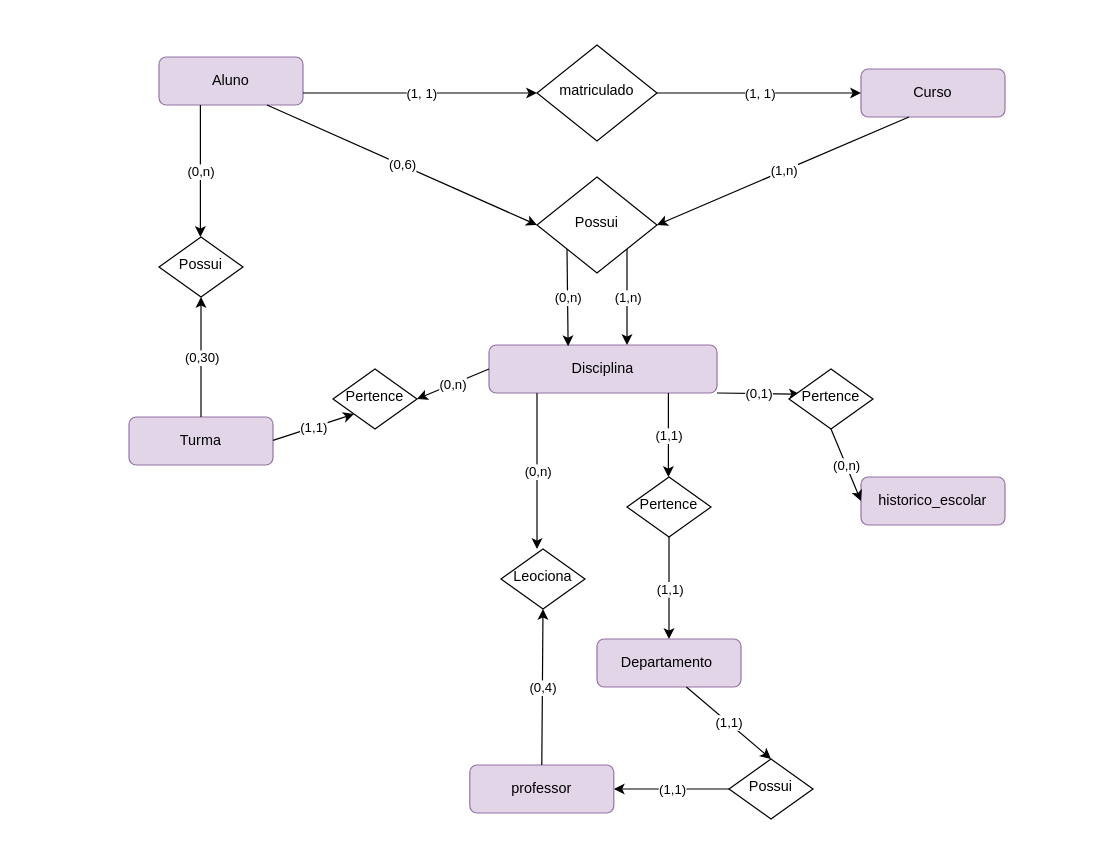
Before: DIAGRAMAFACU.drawio in Laraewellen/Banco-de-dados-teste, a draw.io diagram. Source tidied: cells renumbered, new cells numbered last; positions are measured from the earlier drawing's top-left corner, leaving out a move shared by most shapes. Both pictures are drawn from the tidied source at 120%, with x=0, y=0 at pixel (128, 44).
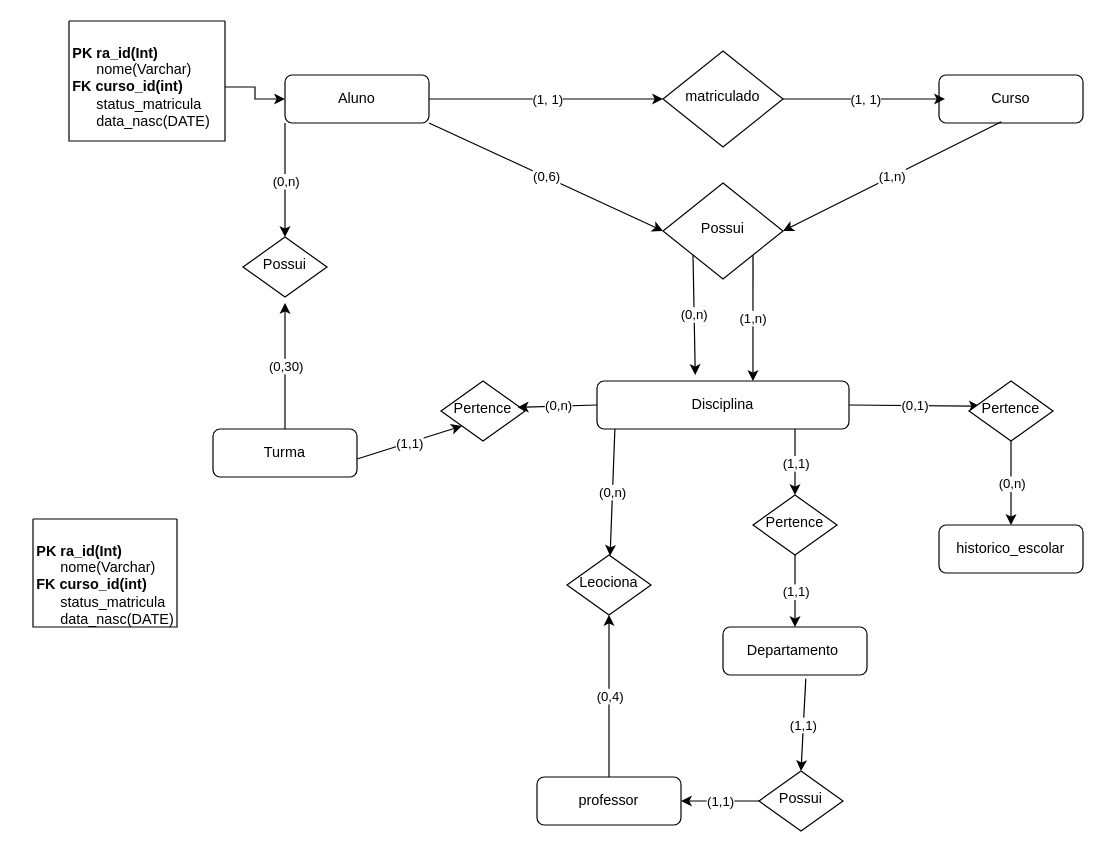
After the change.

What changed in the source:
```diff
@@
-    <mxCell id="2" value="Aluno" style="rounded=1;whiteSpace=wrap;html=1;fontSize=12;glass=0;strokeWidth=1;shadow=0;fillColor=#e1d5e7;strokeColor=#9673a6;" parent="1" vertex="1">
-      <mxGeometry x="25" y="10" width="120" height="40" as="geometry" />
+    <mxCell id="2" value="Aluno" style="rounded=1;whiteSpace=wrap;html=1;fontSize=12;glass=0;strokeWidth=1;shadow=0;" parent="1" vertex="1">
+      <mxGeometry x="130" y="25" width="120" height="40" as="geometry" />
     </mxCell>
     <mxCell id="3" value="matriculado" style="rhombus;whiteSpace=wrap;html=1;shadow=0;fontFamily=Helvetica;fontSize=12;align=center;strokeWidth=1;spacing=6;spacingTop=-4;" parent="1" vertex="1">
-      <mxGeometry x="340" width="100" height="80" as="geometry" />
+      <mxGeometry x="445" y="5" width="100" height="80" as="geometry" />
     </mxCell>
-    <mxCell id="4" value="Curso" style="rounded=1;whiteSpace=wrap;html=1;fontSize=12;glass=0;strokeWidth=1;shadow=0;fillColor=#e1d5e7;strokeColor=#9673a6;" parent="1" vertex="1">
-      <mxGeometry x="610" y="20" width="120" height="40" as="geometry" />
+    <mxCell id="4" value="Curso" style="rounded=1;whiteSpace=wrap;html=1;fontSize=12;glass=0;strokeWidth=1;shadow=0;" parent="1" vertex="1">
+      <mxGeometry x="675" y="25" width="120" height="40" as="geometry" />
     </mxCell>
-    <mxCell id="5" style="endArrow=classic;html=1;rounded=0;exitX=1;exitY=0.5;exitDx=0;exitDy=0;fontStyle=1;entryX=0;entryY=0.5;entryDx=0;entryDy=0;" parent="1" edge="1" source="3" target="4">
-      <mxGeometry relative="1" as="geometry" />
+    <mxCell id="5" style="endArrow=classic;html=1;rounded=0;exitX=1;exitY=0.5;exitDx=0;exitDy=0;fontStyle=1;" parent="1" edge="1" source="3">
+      <mxGeometry relative="1" as="geometry">
+        <mxPoint x="680" y="45" as="targetPoint" />
+      </mxGeometry>
     </mxCell>
@@
-    <mxCell id="7" style="endArrow=classic;html=1;rounded=0;exitX=1;exitY=0.75;exitDx=0;exitDy=0;fontStyle=1;entryX=0;entryY=0.5;entryDx=0;entryDy=0;" parent="1" edge="1" source="2" target="3">
+    <mxCell id="7" style="endArrow=classic;html=1;rounded=0;exitX=1;exitY=0.5;exitDx=0;exitDy=0;fontStyle=1;entryX=0;entryY=0.5;entryDx=0;entryDy=0;" parent="1" edge="1" source="2" target="3">
       <mxGeometry relative="1" as="geometry" />
     </mxCell>
@@
-    <mxCell id="9" value="Disciplina" style="rounded=1;whiteSpace=wrap;html=1;fontSize=12;glass=0;strokeWidth=1;shadow=0;fillColor=#e1d5e7;strokeColor=#9673a6;" parent="1" vertex="1">
-      <mxGeometry x="300" y="250" width="190" height="40" as="geometry" />
+    <mxCell id="9" value="Disciplina" style="rounded=1;whiteSpace=wrap;html=1;fontSize=12;glass=0;strokeWidth=1;shadow=0;" parent="1" vertex="1">
+      <mxGeometry x="390" y="280" width="210" height="40" as="geometry" />
     </mxCell>
-    <mxCell id="10" style="endArrow=classic;html=1;rounded=0;exitX=0.75;exitY=1;exitDx=0;exitDy=0;entryX=0;entryY=0.5;entryDx=0;entryDy=0;" parent="1" edge="1" source="2" target="12">
+    <mxCell id="10" style="endArrow=classic;html=1;rounded=0;exitX=1;exitY=1;exitDx=0;exitDy=0;entryX=0;entryY=0.5;entryDx=0;entryDy=0;" parent="1" edge="1" source="2" target="12">
       <mxGeometry relative="1" as="geometry" />
     </mxCell>
@@
     <mxCell id="12" value="Possui" style="rhombus;whiteSpace=wrap;html=1;shadow=0;fontFamily=Helvetica;fontSize=12;align=center;strokeWidth=1;spacing=6;spacingTop=-4;" parent="1" vertex="1">
-      <mxGeometry x="340" y="110" width="100" height="80" as="geometry" />
+      <mxGeometry x="445" y="115" width="100" height="80" as="geometry" />
     </mxCell>
-    <mxCell id="13" style="endArrow=classic;html=1;rounded=0;exitX=0;exitY=1;exitDx=0;exitDy=0;entryX=0.347;entryY=0.025;entryDx=0;entryDy=0;entryPerimeter=0;" parent="1" edge="1" source="12" target="9">
+    <mxCell id="13" style="endArrow=classic;html=1;rounded=0;exitX=0;exitY=1;exitDx=0;exitDy=0;entryX=0.39;entryY=-0.125;entryDx=0;entryDy=0;entryPerimeter=0;" parent="1" edge="1" source="12" target="9">
       <mxGeometry relative="1" as="geometry" />
     </mxCell>
@@
-    <mxCell id="15" style="endArrow=classic;html=1;rounded=0;entryX=1;entryY=0.5;entryDx=0;entryDy=0;exitX=0.333;exitY=1;exitDx=0;exitDy=0;exitPerimeter=0;" parent="1" edge="1" source="4" target="12">
+    <mxCell id="15" style="endArrow=classic;html=1;rounded=0;entryX=1;entryY=0.5;entryDx=0;entryDy=0;exitX=0.433;exitY=0.975;exitDx=0;exitDy=0;exitPerimeter=0;" parent="1" edge="1" source="4" target="12">
       <mxGeometry relative="1" as="geometry" />
     </mxCell>
@@
-    <mxCell id="17" style="endArrow=classic;html=1;rounded=0;exitX=1;exitY=1;exitDx=0;exitDy=0;" parent="1" edge="1" source="12">
-      <mxGeometry relative="1" as="geometry">
-        <mxPoint x="415" y="250" as="targetPoint" />
-      </mxGeometry>
+    <mxCell id="17" style="endArrow=classic;html=1;rounded=0;exitX=1;exitY=1;exitDx=0;exitDy=0;entryX=0.619;entryY=0;entryDx=0;entryDy=0;entryPerimeter=0;" parent="1" edge="1" source="12" target="9">
+      <mxGeometry relative="1" as="geometry" />
     </mxCell>
@@
-    <mxCell id="19" value="&#10;&lt;span style=&quot;color: rgba(0, 0, 0, 0); font-family: monospace; font-size: 0px; font-style: normal; font-variant-ligatures: normal; font-variant-caps: normal; font-weight: 400; letter-spacing: normal; orphans: 2; text-align: start; text-indent: 0px; text-transform: none; widows: 2; word-spacing: 0px; -webkit-text-stroke-width: 0px; white-space: nowrap; background-color: rgb(251, 251, 251); text-decoration-thickness: initial; text-decoration-style: initial; text-decoration-color: initial; display: inline !important; float: none;&quot;&gt;%3CmxGraphModel%3E%3Croot%3E%3CmxCell%20id%3D%220%22%2F%3E%3CmxCell%20id%3D%221%22%20parent%3D%220%22%2F%3E%3CmxCell%20id%3D%222%22%20value%3D%22%22%20style%3D%22endArrow%3Dclassic%3Bhtml%3D1%3Brounded%3D0%3BentryX%3D0. 5%3BentryY%3D0%3BentryDx%3D0%3BentryDy%3D0%3B%22%20edge%3D%221%22%20parent%3D%221%22%3E%3CmxGeometry%20relative%3D%221%22%20as%3D%22geometry%22%3E%3CmxPoint%20x%3D%22340%22%20y%3D%22340%22%200%20%20 como%3D%22sourcePoint%22%2F%3E%3CmxPoint%20x%3D%22285%22%20y%3D%22420%22%20as%3D%22targetPoint%22%2F%3E%3C%2FmxGeometry%3E%3C%2FmxCell%3E%3CmxCell%20id%3D%223%22%20value%3D%22(1%2C1)%22% 20style%3D%22edgeLabel%3Bresizable%3D0%3Bhtml%3D1%3B%3Balign%3Dcenter%3BverticalAlign%3Dmiddle%3B%22%20connectable%3D%220%22%20vertex%3D%221%22%20parent%3D%222%22%3E%3CmxGeometry%20relative%3D%221%22%20as%3D%22geometry%22%2F%3E%3C%2FmxCell%3E%3C%2Froot%3E%3C%2FmxGraphModel%3E" style="endArrow=classic;html=1;rounded=0;" parent="1" edge="1">
+    <mxCell id="19" value="&#10;&lt;span style=&quot;color: rgba(0, 0, 0, 0); font-family: monospace; font-size: 0px; font-style: normal; font-variant-ligatures: normal; font-variant-caps: normal; font-weight: 400; letter-spacing: normal; orphans: 2; text-align: start; text-indent: 0px; text-transform: none; widows: 2; word-spacing: 0px; -webkit-text-stroke-width: 0px; white-space: nowrap; background-color: rgb(251, 251, 251); text-decoration-thickness: initial; text-decoration-style: initial; text-decoration-color: initial; display: inline !important; float: none;&quot;&gt;%3CmxGraphModel%3E%3Croot%3E%3CmxCell%20id%3D%220%22%2F%3E%3CmxCell%20id%3D%221%22%20parent%3D%220%22%2F%3E%3CmxCell%20id%3D%222%22%20value%3D%22%22%20style%3D%22endArrow%3Dclassic%3Bhtml%3D1%3Brounded%3D0%3BentryX%3D0. 5%3BentryY%3D0%3BentryDx%3D0%3BentryDy%3D0%3B%22%20edge%3D%221%22%20parent%3D%221%22%3E%3CmxGeometry%20relative%3D%221%22%20as%3D%22geometry%22%3E%3CmxPoint%20x%3D%22340%22%20y%3D%22340%22%200%20%20 como%3D%22sourcePoint%22%2F%3E%3CmxPoint%20x%3D%22285%22%20y%3D%22420%22%20as%3D%22targetPoint%22%2F%3E%3C%2FmxGeometry%3E%3C%2FmxCell%3E%3CmxCell%20id%3D%223%22%20value%3D%22(1%2C1)%22% 20style%3D%22edgeLabel%3Bresizable%3D0%3Bhtml%3D1%3B%3Balign%3Dcenter%3BverticalAlign%3Dmiddle%3B%22%20connectable%3D%220%22%20vertex%3D%221%22%20parent%3D%222%22%3E%3CmxGeometry%20relative%3D%221%22%20as%3D%22geometry%22%2F%3E%3C%2FmxCell%3E%3C%2Froot%3E%3C%2FmxGraphModel%3E" style="endArrow=classic;html=1;rounded=0;entryX=0.5;entryY=0;entryDx=0;entryDy=0;" parent="1" edge="1" target="24">
       <mxGeometry relative="1" as="geometry">
-        <mxPoint x="449.5" y="290" as="sourcePoint" />
-        <mxPoint x="449.5" y="360" as="targetPoint" />
+        <mxPoint x="555" y="320" as="sourcePoint" />
       </mxGeometry>
     </mxCell>
@@
-    <mxCell id="21" style="endArrow=classic;html=1;rounded=0;exitX=1;exitY=1;exitDx=0;exitDy=0;entryX=0.129;entryY=0.42;entryDx=0;entryDy=0;entryPerimeter=0;" parent="1" edge="1" source="9" target="29">
+    <mxCell id="21" style="endArrow=classic;html=1;rounded=0;exitX=1;exitY=0.5;exitDx=0;exitDy=0;entryX=0.129;entryY=0.42;entryDx=0;entryDy=0;entryPerimeter=0;" parent="1" edge="1" source="9" target="29">
       <mxGeometry relative="1" as="geometry" />
     </mxCell>
@@
     <mxCell id="23" style="edgeStyle=orthogonalEdgeStyle;rounded=0;orthogonalLoop=1;jettySize=auto;html=1;exitX=0;exitY=0.5;exitDx=0;exitDy=0;" parent="1" edge="1">
       <mxGeometry relative="1" as="geometry">
-        <mxPoint x="280" y="430" as="sourcePoint" />
-        <mxPoint x="280" y="430" as="targetPoint" />
+        <mxPoint x="385" y="435" as="sourcePoint" />
+        <mxPoint x="385" y="435" as="targetPoint" />
       </mxGeometry>
     </mxCell>
     <mxCell id="24" value="Pertence" style="rhombus;whiteSpace=wrap;html=1;shadow=0;fontFamily=Helvetica;fontSize=12;align=center;strokeWidth=1;spacing=6;spacingTop=-4;" parent="1" vertex="1">
-      <mxGeometry x="415" y="360" width="70" height="50" as="geometry" />
+      <mxGeometry x="520" y="375" width="70" height="50" as="geometry" />
     </mxCell>
@@
-    <mxCell id="27" value="Departamento&amp;nbsp;" style="rounded=1;whiteSpace=wrap;html=1;fontSize=12;glass=0;strokeWidth=1;shadow=0;fillColor=#e1d5e7;strokeColor=#9673a6;" parent="1" vertex="1">
-      <mxGeometry x="390" y="495" width="120" height="40" as="geometry" />
+    <mxCell id="27" value="Departamento&amp;nbsp;" style="rounded=1;whiteSpace=wrap;html=1;fontSize=12;glass=0;strokeWidth=1;shadow=0;" parent="1" vertex="1">
+      <mxGeometry x="495" y="485" width="120" height="40" as="geometry" />
     </mxCell>
-    <mxCell id="28" value="historico_escolar" style="rounded=1;whiteSpace=wrap;html=1;fontSize=12;glass=0;strokeWidth=1;shadow=0;fillColor=#e1d5e7;strokeColor=#9673a6;" parent="1" vertex="1">
-      <mxGeometry x="610" y="360" width="120" height="40" as="geometry" />
+    <mxCell id="28" value="historico_escolar" style="rounded=1;whiteSpace=wrap;html=1;fontSize=12;glass=0;strokeWidth=1;shadow=0;" parent="1" vertex="1">
+      <mxGeometry x="675" y="400" width="120" height="40" as="geometry" />
     </mxCell>
     <mxCell id="29" value="Pertence" style="rhombus;whiteSpace=wrap;html=1;shadow=0;fontFamily=Helvetica;fontSize=12;align=center;strokeWidth=1;spacing=6;spacingTop=-4;" parent="1" vertex="1">
-      <mxGeometry x="550" y="270" width="70" height="50" as="geometry" />
+      <mxGeometry x="700" y="280" width="70" height="50" as="geometry" />
     </mxCell>
-    <mxCell id="30" value="&#10;&lt;span style=&quot;color: rgba(0, 0, 0, 0); font-family: monospace; font-size: 0px; font-style: normal; font-variant-ligatures: normal; font-variant-caps: normal; font-weight: 400; letter-spacing: normal; orphans: 2; text-align: start; text-indent: 0px; text-transform: none; widows: 2; word-spacing: 0px; -webkit-text-stroke-width: 0px; white-space: nowrap; background-color: rgb(251, 251, 251); text-decoration-thickness: initial; text-decoration-style: initial; text-decoration-color: initial; display: inline !important; float: none;&quot;&gt;%3CmxGraphModel%3E%3Croot%3E%3CmxCell%20id%3D%220%22%2F%3E%3CmxCell%20id%3D%221%22%20parent%3D%220%22%2F%3E%3CmxCell%20id%3D%222%22%20value%3D%22%22%20style%3D%22endArrow%3Dclassic%3Bhtml%3D1%3Brounded%3D0%3BentryX%3D0. 5%3BentryY%3D0%3BentryDx%3D0%3BentryDy%3D0%3B%22%20edge%3D%221%22%20parent%3D%221%22%3E%3CmxGeometry%20relative%3D%221%22%20as%3D%22geometry%22%3E%3CmxPoint%20x%3D%22340%22%20y%3D%22340%22%200%20%20 como%3D%22sourcePoint%22%2F%3E%3CmxPoint%20x%3D%22285%22%20y%3D%22420%22%20as%3D%22targetPoint%22%2F%3E%3C%2FmxGeometry%3E%3C%2FmxCell%3E%3CmxCell%20id%3D%223%22%20value%3D%22(1%2C1)%22% 20style%3D%22edgeLabel%3Bresizable%3D0%3Bhtml%3D1%3B%3Balign%3Dcenter%3BverticalAlign%3Dmiddle%3B%22%20connectable%3D%220%22%20vertex%3D%221%22%20parent%3D%222%22%3E%3CmxGeometry%20relative%3D%221%22%20as%3D%22geometry%22%2F%3E%3C%2FmxCell%3E%3C%2Froot%3E%3C%2FmxGraphModel%3E" style="endArrow=classic;html=1;rounded=0;entryX=0;entryY=0.5;entryDx=0;entryDy=0;" parent="1" edge="1" target="28">
-      <mxGeometry relative="1" as="geometry">
-        <mxPoint x="585" y="320" as="sourcePoint" />
-      </mxGeometry>
+    <mxCell id="30" value="&#10;&lt;span style=&quot;color: rgba(0, 0, 0, 0); font-family: monospace; font-size: 0px; font-style: normal; font-variant-ligatures: normal; font-variant-caps: normal; font-weight: 400; letter-spacing: normal; orphans: 2; text-align: start; text-indent: 0px; text-transform: none; widows: 2; word-spacing: 0px; -webkit-text-stroke-width: 0px; white-space: nowrap; background-color: rgb(251, 251, 251); text-decoration-thickness: initial; text-decoration-style: initial; text-decoration-color: initial; display: inline !important; float: none;&quot;&gt;%3CmxGraphModel%3E%3Croot%3E%3CmxCell%20id%3D%220%22%2F%3E%3CmxCell%20id%3D%221%22%20parent%3D%220%22%2F%3E%3CmxCell%20id%3D%222%22%20value%3D%22%22%20style%3D%22endArrow%3Dclassic%3Bhtml%3D1%3Brounded%3D0%3BentryX%3D0. 5%3BentryY%3D0%3BentryDx%3D0%3BentryDy%3D0%3B%22%20edge%3D%221%22%20parent%3D%221%22%3E%3CmxGeometry%20relative%3D%221%22%20as%3D%22geometry%22%3E%3CmxPoint%20x%3D%22340%22%20y%3D%22340%22%200%20%20 como%3D%22sourcePoint%22%2F%3E%3CmxPoint%20x%3D%22285%22%20y%3D%22420%22%20as%3D%22targetPoint%22%2F%3E%3C%2FmxGeometry%3E%3C%2FmxCell%3E%3CmxCell%20id%3D%223%22%20value%3D%22(1%2C1)%22% 20style%3D%22edgeLabel%3Bresizable%3D0%3Bhtml%3D1%3B%3Balign%3Dcenter%3BverticalAlign%3Dmiddle%3B%22%20connectable%3D%220%22%20vertex%3D%221%22%20parent%3D%222%22%3E%3CmxGeometry%20relative%3D%221%22%20as%3D%22geometry%22%2F%3E%3C%2FmxCell%3E%3C%2Froot%3E%3C%2FmxGraphModel%3E" style="endArrow=classic;html=1;rounded=0;exitX=0.5;exitY=1;exitDx=0;exitDy=0;" parent="1" edge="1" source="29" target="28">
+      <mxGeometry relative="1" as="geometry" />
     </mxCell>
@@
-    <mxCell id="32" style="endArrow=classic;html=1;rounded=0;entryX=0.5;entryY=0;entryDx=0;entryDy=0;" parent="1" edge="1" target="34">
-      <mxGeometry relative="1" as="geometry">
-        <mxPoint x="464.5" y="535" as="sourcePoint" />
-      </mxGeometry>
+    <mxCell id="32" style="endArrow=classic;html=1;rounded=0;entryX=0.5;entryY=0;entryDx=0;entryDy=0;exitX=0.575;exitY=1.075;exitDx=0;exitDy=0;exitPerimeter=0;" parent="1" edge="1" source="27" target="34">
+      <mxGeometry relative="1" as="geometry" />
     </mxCell>
@@
     <mxCell id="34" value="Possui" style="rhombus;whiteSpace=wrap;html=1;shadow=0;fontFamily=Helvetica;fontSize=12;align=center;strokeWidth=1;spacing=6;spacingTop=-4;" parent="1" vertex="1">
-      <mxGeometry x="500" y="595" width="70" height="50" as="geometry" />
+      <mxGeometry x="525" y="605" width="70" height="50" as="geometry" />
     </mxCell>
@@
-    <mxCell id="37" value="professor" style="rounded=1;whiteSpace=wrap;html=1;fontSize=12;glass=0;strokeWidth=1;shadow=0;fillColor=#e1d5e7;strokeColor=#9673a6;" parent="1" vertex="1">
-      <mxGeometry x="284" y="600" width="120" height="40" as="geometry" />
+    <mxCell id="37" value="professor" style="rounded=1;whiteSpace=wrap;html=1;fontSize=12;glass=0;strokeWidth=1;shadow=0;" parent="1" vertex="1">
+      <mxGeometry x="340" y="610" width="120" height="40" as="geometry" />
     </mxCell>
@@
     <mxCell id="40" value="Leociona" style="rhombus;whiteSpace=wrap;html=1;shadow=0;fontFamily=Helvetica;fontSize=12;align=center;strokeWidth=1;spacing=6;spacingTop=-4;" parent="1" vertex="1">
-      <mxGeometry x="310" y="420" width="70" height="50" as="geometry" />
+      <mxGeometry x="365" y="425" width="70" height="50" as="geometry" />
     </mxCell>
-    <mxCell id="41" style="endArrow=classic;html=1;rounded=0;exitX=0.053;exitY=0.95;exitDx=0;exitDy=0;exitPerimeter=0;" parent="1" edge="1">
-      <mxGeometry relative="1" as="geometry">
-        <mxPoint x="340" y="290" as="sourcePoint" />
-        <mxPoint x="340" y="420" as="targetPoint" />
-      </mxGeometry>
+    <mxCell id="41" style="endArrow=classic;html=1;rounded=0;exitX=0.071;exitY=1;exitDx=0;exitDy=0;exitPerimeter=0;" parent="1" edge="1" source="9" target="40">
+      <mxGeometry relative="1" as="geometry" />
     </mxCell>
@@
-    <mxCell id="43" value="Turma" style="rounded=1;whiteSpace=wrap;html=1;fontSize=12;glass=0;strokeWidth=1;shadow=0;fillColor=#e1d5e7;strokeColor=#9673a6;" parent="1" vertex="1">
-      <mxGeometry y="310" width="120" height="40" as="geometry" />
+    <mxCell id="43" value="Turma" style="rounded=1;whiteSpace=wrap;html=1;fontSize=12;glass=0;strokeWidth=1;shadow=0;" parent="1" vertex="1">
+      <mxGeometry x="70" y="320" width="120" height="40" as="geometry" />
     </mxCell>
-    <mxCell id="44" style="endArrow=classic;html=1;rounded=0;entryX=0.5;entryY=1;entryDx=0;entryDy=0;exitX=0.5;exitY=0;exitDx=0;exitDy=0;" parent="1" edge="1" source="43" target="48">
-      <mxGeometry relative="1" as="geometry" />
+    <mxCell id="44" style="endArrow=classic;html=1;rounded=0;entryX=0.5;entryY=1;entryDx=0;entryDy=0;" parent="1" edge="1" source="43">
+      <mxGeometry relative="1" as="geometry">
+        <mxPoint x="130" y="215" as="targetPoint" />
+      </mxGeometry>
     </mxCell>
@@
-    <mxCell id="46" style="endArrow=classic;html=1;rounded=0;exitX=0.5;exitY=1;exitDx=0;exitDy=0;entryX=0.5;entryY=0;entryDx=0;entryDy=0;" parent="1" edge="1">
-      <mxGeometry relative="1" as="geometry">
-        <mxPoint x="59.5" y="50" as="sourcePoint" />
-        <mxPoint x="59.5" y="160" as="targetPoint" />
-      </mxGeometry>
+    <mxCell id="46" style="endArrow=classic;html=1;rounded=0;entryX=0.5;entryY=0;entryDx=0;entryDy=0;exitX=0;exitY=1;exitDx=0;exitDy=0;" parent="1" edge="1" source="2" target="48">
+      <mxGeometry relative="1" as="geometry" />
     </mxCell>
@@
     <mxCell id="48" value="Possui" style="rhombus;whiteSpace=wrap;html=1;shadow=0;fontFamily=Helvetica;fontSize=12;align=center;strokeWidth=1;spacing=6;spacingTop=-4;" parent="1" vertex="1">
-      <mxGeometry x="25" y="160" width="70" height="50" as="geometry" />
+      <mxGeometry x="95" y="160" width="70" height="50" as="geometry" />
     </mxCell>
     <mxCell id="49" value="Pertence" style="rhombus;whiteSpace=wrap;html=1;shadow=0;fontFamily=Helvetica;fontSize=12;align=center;strokeWidth=1;spacing=6;spacingTop=-4;" parent="1" vertex="1">
-      <mxGeometry x="170" y="270" width="70" height="50" as="geometry" />
+      <mxGeometry x="260" y="280" width="70" height="50" as="geometry" />
     </mxCell>
-    <mxCell id="50" style="endArrow=classic;html=1;rounded=0;entryX=0;entryY=1;entryDx=0;entryDy=0;" parent="1" edge="1" target="49">
+    <mxCell id="50" style="endArrow=classic;html=1;rounded=0;entryX=0;entryY=1;entryDx=0;entryDy=0;exitX=1;exitY=0.75;exitDx=0;exitDy=0;" parent="1" edge="1" target="49">
       <mxGeometry relative="1" as="geometry">
-        <mxPoint x="120" y="329.5" as="sourcePoint" />
+        <mxPoint x="190" y="345" as="sourcePoint" />
       </mxGeometry>
     </mxCell>
@@
-    <mxCell id="52" style="endArrow=classic;html=1;rounded=0;exitX=0;exitY=0.5;exitDx=0;exitDy=0;entryX=1;entryY=0.5;entryDx=0;entryDy=0;" parent="1" edge="1" source="9" target="49">
+    <mxCell id="52" style="endArrow=classic;html=1;rounded=0;exitX=0;exitY=0.5;exitDx=0;exitDy=0;entryX=0.914;entryY=0.44;entryDx=0;entryDy=0;entryPerimeter=0;" parent="1" edge="1" source="9" target="49">
       <mxGeometry relative="1" as="geometry" />
     </mxCell>
@@
+    <mxCell id="54" style="swimlane;startSize=0;" parent="1" vertex="1">
+      <mxGeometry x="-50" y="-20" width="130" height="100" as="geometry" />
+    </mxCell>
+    <mxCell id="55" value="&lt;div style=&quot;text-align: justify;&quot;&gt;&lt;span style=&quot;background-color: initial;&quot;&gt;&lt;b&gt;PK ra_id(Int)&lt;/b&gt;&lt;/span&gt;&lt;/div&gt;&lt;div style=&quot;text-align: justify;&quot;&gt;&amp;nbsp; &amp;nbsp; &amp;nbsp; nome(Varchar)&lt;/div&gt;&lt;div style=&quot;text-align: justify;&quot;&gt;&lt;b&gt;FK curso_id(int)&lt;/b&gt;&lt;/div&gt;&lt;div style=&quot;text-align: justify;&quot;&gt;&amp;nbsp; &amp;nbsp; &amp;nbsp; status_matricula&lt;/div&gt;&lt;div style=&quot;text-align: justify;&quot;&gt;&amp;nbsp; &amp;nbsp; &amp;nbsp; data_nasc(DATE)&lt;/div&gt;" style="text;html=1;align=center;verticalAlign=middle;points=[];strokeColor=none;fillColor=none;" parent="54" vertex="1">
+      <mxGeometry x="-10" y="10" width="140" height="90" as="geometry" />
+    </mxCell>
+    <mxCell id="56" style="swimlane;startSize=0;" parent="1" vertex="1">
+      <mxGeometry x="-80" y="395" width="120" height="90" as="geometry" />
+    </mxCell>
+    <mxCell id="57" value="&lt;div style=&quot;text-align: justify;&quot;&gt;&lt;span style=&quot;background-color: initial;&quot;&gt;&lt;b&gt;PK ra_id(Int)&lt;/b&gt;&lt;/span&gt;&lt;/div&gt;&lt;div style=&quot;text-align: justify;&quot;&gt;&amp;nbsp; &amp;nbsp; &amp;nbsp; nome(Varchar)&lt;/div&gt;&lt;div style=&quot;text-align: justify;&quot;&gt;&lt;b&gt;FK curso_id(int)&lt;/b&gt;&lt;/div&gt;&lt;div style=&quot;text-align: justify;&quot;&gt;&amp;nbsp; &amp;nbsp; &amp;nbsp; status_matricula&lt;/div&gt;&lt;div style=&quot;text-align: justify;&quot;&gt;&amp;nbsp; &amp;nbsp; &amp;nbsp; data_nasc(DATE)&lt;/div&gt;" style="text;html=1;align=center;verticalAlign=middle;strokeColor=none;fillColor=none;" parent="56" vertex="1">
+      <mxGeometry x="-10" y="10" width="140" height="90" as="geometry" />
+    </mxCell>
+    <mxCell id="58" style="edgeStyle=orthogonalEdgeStyle;rounded=0;jettySize=auto;html=1;" parent="1" edge="1" source="55" target="2">
+      <mxGeometry relative="1" as="geometry" />
+    </mxCell>
```
